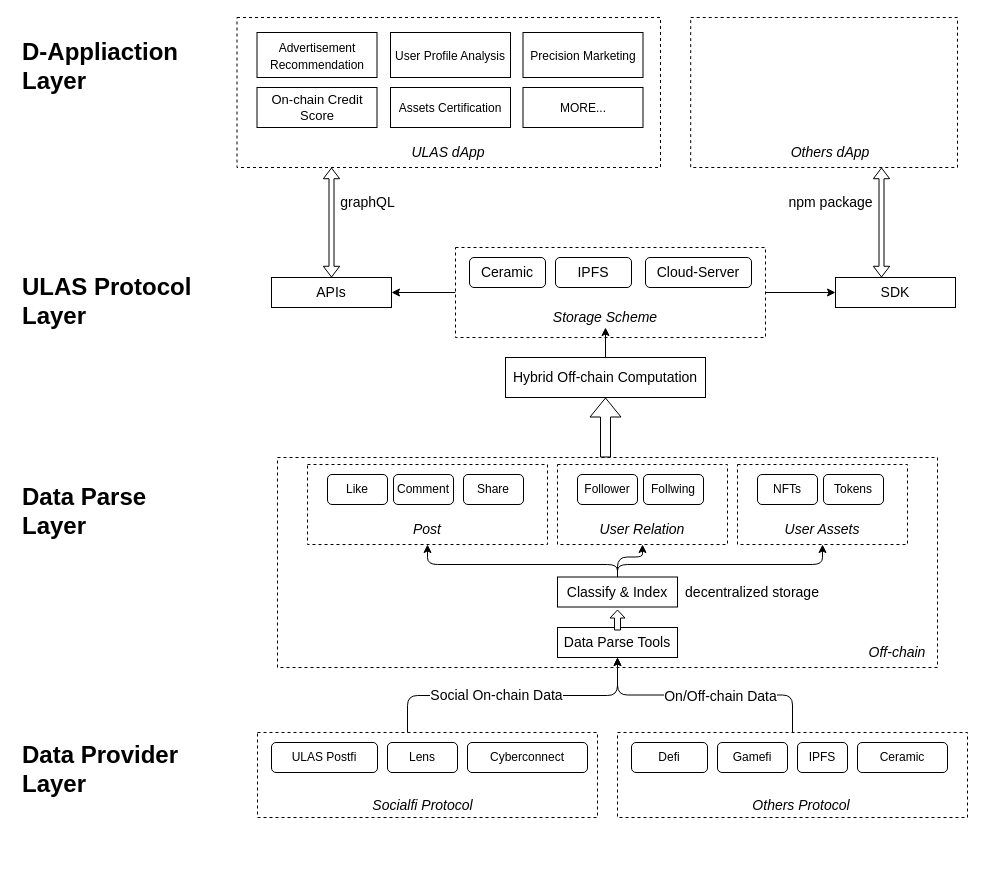
Before: Social Graph Quality Analysis.drawio in ulasnetwork/ulas-diagram, a draw.io diagram. Source tidied: cells renumbered, new cells numbered last; positions are measured from the earlier drawing's top-left corner, leaving out a move shared by most shapes. Both pictures are drawn from the tidied source at 100%, with x=0, y=0 at pixel (17, 17).
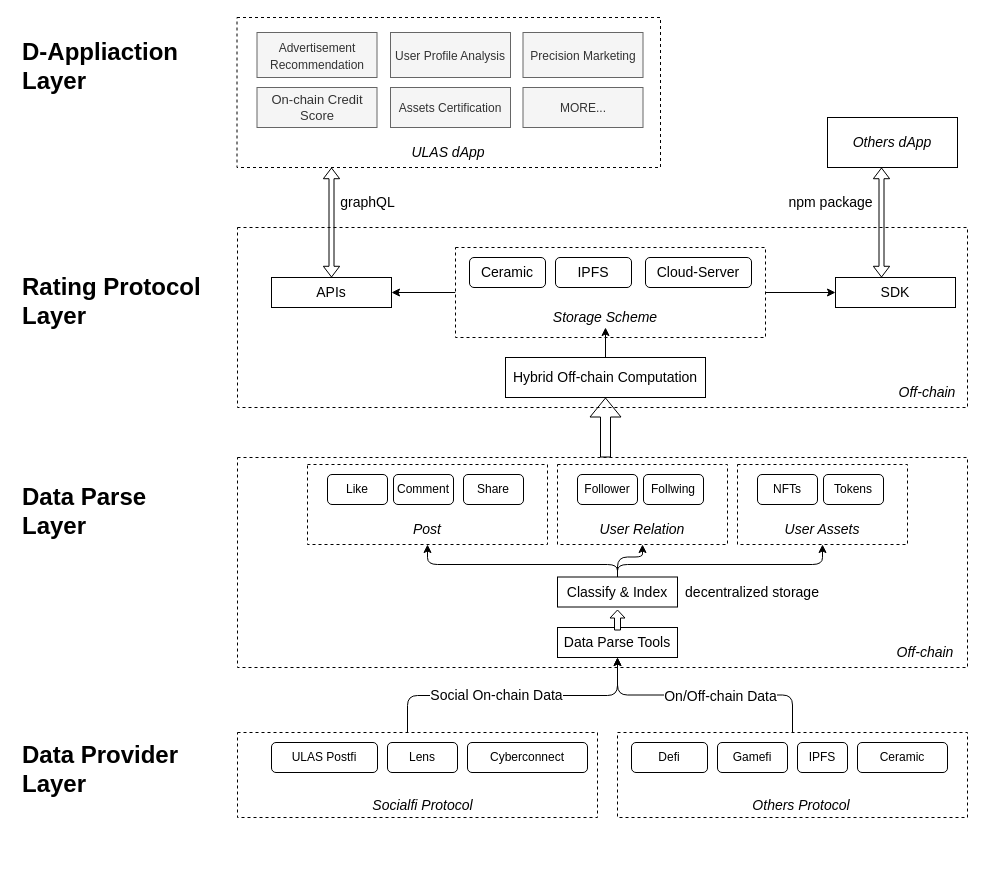
Above is the later version.

Commit message:
optimize the description

Change to the diagram source:
```diff
@@
+    <mxCell id="70" style="rounded=0;whiteSpace=wrap;html=1;dashed=1;" parent="1" vertex="1">
+      <mxGeometry x="220" y="210" width="730" height="180" as="geometry" />
+    </mxCell>
@@
     <mxCell id="6" style="rounded=0;whiteSpace=wrap;html=1;dashed=1;" parent="1" vertex="1">
-      <mxGeometry x="240" y="715" width="340" height="85" as="geometry" />
+      <mxGeometry x="220" y="715" width="360" height="85" as="geometry" />
     </mxCell>
@@
-    <mxCell id="9" value="&lt;h1&gt;ULAS Protocol Layer&lt;/h1&gt;" style="text;html=1;strokeColor=none;fillColor=none;spacing=5;spacingTop=-20;whiteSpace=wrap;overflow=hidden;rounded=0;" parent="1" vertex="1">
+    <mxCell id="9" value="&lt;h1&gt;Rating Protocol Layer&lt;/h1&gt;" style="text;html=1;strokeColor=none;fillColor=none;spacing=5;spacingTop=-20;whiteSpace=wrap;overflow=hidden;rounded=0;" parent="1" vertex="1">
       <mxGeometry y="250" width="190" height="120" as="geometry" />
     </mxCell>
@@
     <mxCell id="15" style="rounded=0;whiteSpace=wrap;html=1;dashed=1;" parent="1" vertex="1">
-      <mxGeometry x="260" y="440" width="660" height="210" as="geometry" />
+      <mxGeometry x="220" y="440" width="730" height="210" as="geometry" />
     </mxCell>
@@
     <mxCell id="47" value="&lt;i&gt;Off-chain&lt;/i&gt;" style="text;html=1;strokeColor=none;fillColor=none;align=center;verticalAlign=middle;whiteSpace=wrap;rounded=0;fontSize=14;" parent="1" vertex="1">
-      <mxGeometry x="850" y="620" width="60" height="30" as="geometry" />
+      <mxGeometry x="878" y="620" width="60" height="30" as="geometry" />
     </mxCell>
@@
-    <mxCell id="50" style="shape=flexArrow;endArrow=classic;html=1;rounded=1;fontSize=14;" parent="1" edge="1">
-      <mxGeometry relative="1" as="geometry">
-        <mxPoint x="588" y="440" as="sourcePoint" />
-        <mxPoint x="588" y="380" as="targetPoint" />
-      </mxGeometry>
-    </mxCell>
-    <mxCell id="51" value="&lt;font style=&quot;font-size: 12px;&quot;&gt;Advertisement&lt;br&gt;Recommendation&lt;/font&gt;" style="rounded=0;whiteSpace=wrap;html=1;fontSize=14;" parent="1" vertex="1">
+    <mxCell id="51" value="&lt;font style=&quot;font-size: 12px;&quot;&gt;Advertisement&lt;br&gt;Recommendation&lt;/font&gt;" style="rounded=0;whiteSpace=wrap;html=1;fontSize=14;fillColor=#f5f5f5;strokeColor=#666666;fontColor=#333333;perimeterSpacing=0;" parent="1" vertex="1">
       <mxGeometry x="239.5" y="15" width="120" height="45" as="geometry" />
     </mxCell>
-    <mxCell id="52" value="&lt;font style=&quot;font-size: 12px;&quot;&gt;User Profile Analysis&lt;/font&gt;" style="rounded=0;whiteSpace=wrap;html=1;fontSize=14;" parent="1" vertex="1">
+    <mxCell id="52" value="&lt;font style=&quot;font-size: 12px;&quot;&gt;User Profile Analysis&lt;/font&gt;" style="rounded=0;whiteSpace=wrap;html=1;fontSize=14;fillColor=#f5f5f5;strokeColor=#666666;fontColor=#333333;" parent="1" vertex="1">
       <mxGeometry x="373" y="15" width="120" height="45" as="geometry" />
     </mxCell>
@@
-    <mxCell id="61" value="&lt;font style=&quot;font-size: 12px;&quot;&gt;Precision Marketing&lt;/font&gt;" style="rounded=0;whiteSpace=wrap;html=1;fontSize=14;" parent="1" vertex="1">
+    <mxCell id="61" value="&lt;font style=&quot;font-size: 12px;&quot;&gt;Precision Marketing&lt;/font&gt;" style="rounded=0;whiteSpace=wrap;html=1;fontSize=14;fillColor=#f5f5f5;strokeColor=#666666;fontColor=#333333;" parent="1" vertex="1">
       <mxGeometry x="505.5" y="15" width="120" height="45" as="geometry" />
     </mxCell>
-    <mxCell id="62" value="&lt;div style=&quot;font-size: 13px;&quot;&gt;On-chain Credit Score&lt;/div&gt;" style="rounded=0;whiteSpace=wrap;html=1;fontSize=14;align=center;" parent="1" vertex="1">
+    <mxCell id="62" value="&lt;div style=&quot;font-size: 13px;&quot;&gt;On-chain Credit Score&lt;/div&gt;" style="rounded=0;whiteSpace=wrap;html=1;fontSize=14;align=center;fillColor=#f5f5f5;strokeColor=#666666;fontColor=#333333;" parent="1" vertex="1">
       <mxGeometry x="239.5" y="70" width="120" height="40" as="geometry" />
     </mxCell>
-    <mxCell id="63" value="&lt;div style=&quot;&quot;&gt;&lt;font style=&quot;font-size: 12px;&quot;&gt;Assets Certification&lt;/font&gt;&lt;/div&gt;" style="rounded=0;whiteSpace=wrap;html=1;fontSize=14;align=center;" parent="1" vertex="1">
+    <mxCell id="63" value="&lt;div style=&quot;&quot;&gt;&lt;font style=&quot;font-size: 12px;&quot;&gt;Assets Certification&lt;/font&gt;&lt;/div&gt;" style="rounded=0;whiteSpace=wrap;html=1;fontSize=14;align=center;fillColor=#f5f5f5;strokeColor=#666666;fontColor=#333333;" parent="1" vertex="1">
       <mxGeometry x="373" y="70" width="120" height="40" as="geometry" />
     </mxCell>
-    <mxCell id="64" value="&lt;div style=&quot;&quot;&gt;&lt;font style=&quot;font-size: 12px;&quot;&gt;MORE...&lt;/font&gt;&lt;/div&gt;" style="rounded=0;whiteSpace=wrap;html=1;fontSize=14;align=center;" parent="1" vertex="1">
+    <mxCell id="64" value="&lt;div style=&quot;&quot;&gt;&lt;font style=&quot;font-size: 12px;&quot;&gt;MORE...&lt;/font&gt;&lt;/div&gt;" style="rounded=0;whiteSpace=wrap;html=1;fontSize=14;align=center;fillColor=#f5f5f5;strokeColor=#666666;fontColor=#333333;" parent="1" vertex="1">
       <mxGeometry x="505.5" y="70" width="120" height="40" as="geometry" />
     </mxCell>
@@
-    <mxCell id="66" style="rounded=0;whiteSpace=wrap;html=1;dashed=1;" parent="1" vertex="1">
-      <mxGeometry x="673.2" width="266.8" height="150" as="geometry" />
-    </mxCell>
@@
-    <mxCell id="69" value="&lt;font style=&quot;font-size: 14px;&quot;&gt;&lt;i&gt;Others dApp&lt;/i&gt;&lt;/font&gt;" style="text;html=1;strokeColor=none;fillColor=none;align=center;verticalAlign=middle;whiteSpace=wrap;rounded=0;" parent="1" vertex="1">
-      <mxGeometry x="752.5" y="120" width="120" height="30" as="geometry" />
+    <mxCell id="69" value="&lt;i style=&quot;font-size: 14px;&quot;&gt;Others dApp&lt;/i&gt;" style="rounded=0;whiteSpace=wrap;html=1;fillStyle=hatch;fontSize=12;" parent="1" vertex="1">
+      <mxGeometry x="810" y="100" width="130" height="50" as="geometry" />
     </mxCell>
+    <mxCell id="71" value="&lt;i&gt;Off-chain&lt;/i&gt;" style="text;html=1;strokeColor=none;fillColor=none;align=center;verticalAlign=middle;whiteSpace=wrap;rounded=0;fontSize=14;" parent="1" vertex="1">
+      <mxGeometry x="880" y="360" width="60" height="30" as="geometry" />
+    </mxCell>
+    <mxCell id="50" style="shape=flexArrow;endArrow=classic;html=1;rounded=1;fontSize=14;" parent="1" edge="1">
+      <mxGeometry relative="1" as="geometry">
+        <mxPoint x="588" y="440" as="sourcePoint" />
+        <mxPoint x="588" y="380" as="targetPoint" />
+      </mxGeometry>
+    </mxCell>
```
